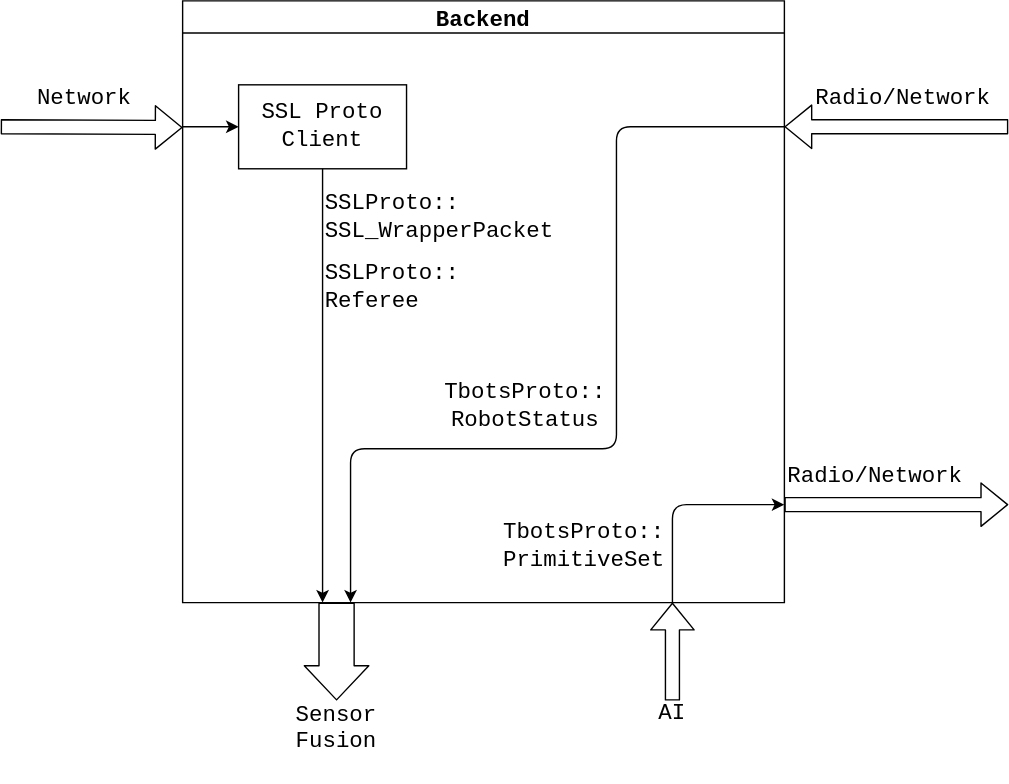
Above: docs/images/backend_diagram.svg in UBC-Thunderbots/Software (draw.io), before the change. Source tidied: cells renumbered, new cells last; positions are measured from the earlier drawing's top-left corner, leaving out a move shared by most shapes.
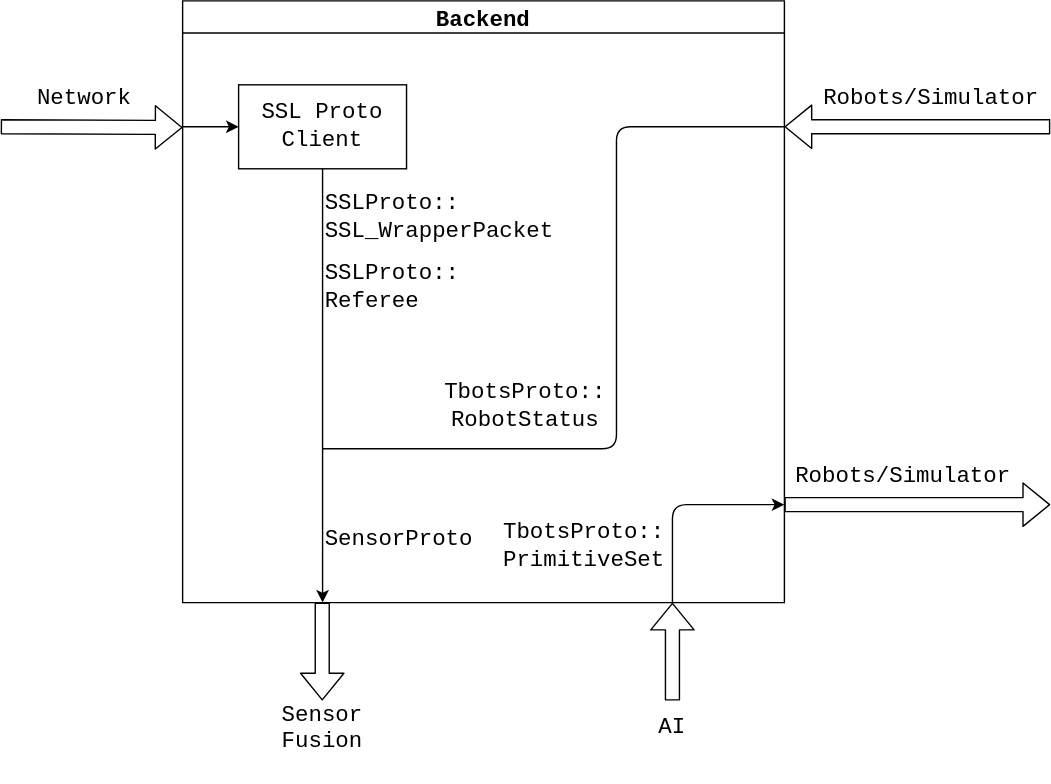
The same diagram one commit later.

Change to the diagram source:
```diff
@@ -13,10 +13,10 @@
         <mxPoint y="90" as="sourcePoint" />
       </mxGeometry>
     </mxCell>
-    <mxCell id="5" style="endArrow=classic;html=1;fontFamily=Courier New;fontSize=16;" parent="2" edge="1">
+    <mxCell id="5" style="endArrow=none;html=1;fontFamily=Courier New;fontSize=16;endFill=0;" parent="2" edge="1">
       <mxGeometry relative="1" as="geometry">
         <mxPoint x="430" y="90" as="sourcePoint" />
-        <mxPoint x="120" y="430" as="targetPoint" />
+        <mxPoint x="100" y="320" as="targetPoint" />
         <Array as="points">
           <mxPoint x="310" y="90" />
           <mxPoint x="310" y="320" />
@@ -45,6 +45,9 @@
     <mxCell id="10" value="SSLProto:: Referee" style="text;html=1;strokeColor=none;fillColor=none;align=left;verticalAlign=middle;whiteSpace=wrap;rounded=0;fontFamily=Courier New;fontSize=16;whiteSpace=wrap;html=1;" parent="2" vertex="1">
       <mxGeometry x="100" y="180" width="90" height="50" as="geometry" />
     </mxCell>
+    <mxCell id="22" value="SensorProto" style="text;html=1;strokeColor=none;fillColor=none;align=left;verticalAlign=middle;whiteSpace=wrap;rounded=0;fontFamily=Courier New;fontSize=16;whiteSpace=wrap;html=1;" parent="2" vertex="1">
+      <mxGeometry x="100" y="370" width="90" height="30" as="geometry" />
+    </mxCell>
     <mxCell id="11" style="shape=flexArrow;endArrow=classic;html=1;fontFamily=Courier New;" parent="1" edge="1">
       <mxGeometry relative="1" as="geometry">
         <mxPoint y="90" as="sourcePoint" />
@@ -56,29 +59,24 @@
     </mxCell>
     <mxCell id="13" style="shape=flexArrow;endArrow=classic;html=1;fontFamily=Courier New;fontSize=16;" parent="1" edge="1">
       <mxGeometry relative="1" as="geometry">
-        <mxPoint x="720" y="90" as="sourcePoint" />
+        <mxPoint x="750" y="90" as="sourcePoint" />
         <mxPoint x="560" y="90" as="targetPoint" />
       </mxGeometry>
     </mxCell>
-    <mxCell id="14" value="Radio/Network" style="text;html=1;strokeColor=none;fillColor=none;align=center;verticalAlign=middle;whiteSpace=wrap;rounded=0;fontFamily=Courier New;fontSize=16;" parent="1" vertex="1">
-      <mxGeometry x="580" y="60" width="130" height="20" as="geometry" />
+    <mxCell id="14" value="Robots/Simulator" style="text;html=1;strokeColor=none;fillColor=none;align=center;verticalAlign=middle;whiteSpace=wrap;rounded=0;fontFamily=Courier New;fontSize=16;" parent="1" vertex="1">
+      <mxGeometry x="600" y="60" width="130" height="20" as="geometry" />
     </mxCell>
-    <mxCell id="15" style="shape=flexArrow;endArrow=classic;html=1;fontFamily=Courier New;fontSize=16;width=25.100671140939596;endSize=7.787919463087248;" parent="1" edge="1">
-      <mxGeometry relative="1" as="geometry">
-        <mxPoint x="240" y="430" as="sourcePoint" />
-        <mxPoint x="240" y="500" as="targetPoint" />
-      </mxGeometry>
-    </mxCell>
     <mxCell id="16" value="&lt;div&gt;Sensor Fusion&lt;/div&gt;&lt;div&gt;&lt;br&gt;&lt;/div&gt;" style="text;html=1;strokeColor=none;fillColor=none;align=center;verticalAlign=middle;whiteSpace=wrap;rounded=0;fontFamily=Courier New;fontSize=16;" parent="1" vertex="1">
-      <mxGeometry x="220" y="520" width="40" height="20" as="geometry" />
+      <mxGeometry x="210" y="520" width="40" height="20" as="geometry" />
     </mxCell>
-    <mxCell id="17" style="shape=flexArrow;endArrow=classic;html=1;fontFamily=Courier New;fontSize=16;exitX=0.5;exitY=0;exitDx=0;exitDy=0;" parent="1" edge="1" source="18">
+    <mxCell id="17" style="shape=flexArrow;endArrow=classic;html=1;fontFamily=Courier New;fontSize=16;" parent="1" edge="1">
       <mxGeometry relative="1" as="geometry">
+        <mxPoint x="480" y="500" as="sourcePoint" />
         <mxPoint x="480" y="430" as="targetPoint" />
       </mxGeometry>
     </mxCell>
     <mxCell id="18" value="AI" style="text;html=1;strokeColor=none;fillColor=none;align=center;verticalAlign=middle;whiteSpace=wrap;rounded=0;fontFamily=Courier New;fontSize=16;" parent="1" vertex="1">
-      <mxGeometry x="460" y="500" width="40" height="20" as="geometry" />
+      <mxGeometry x="460" y="510" width="40" height="20" as="geometry" />
     </mxCell>
     <mxCell id="19" style="edgeStyle=orthogonalEdgeStyle;rounded=0;jettySize=auto;html=1;" parent="1" edge="1" source="3">
       <mxGeometry relative="1" as="geometry">
@@ -87,12 +85,18 @@
     </mxCell>
     <mxCell id="20" style="shape=flexArrow;endArrow=none;html=1;fontFamily=Courier New;fontSize=16;endFill=0;startArrow=block;" parent="1" edge="1">
       <mxGeometry relative="1" as="geometry">
-        <mxPoint x="720" y="360" as="sourcePoint" />
+        <mxPoint x="750" y="360" as="sourcePoint" />
         <mxPoint x="560" y="360" as="targetPoint" />
       </mxGeometry>
     </mxCell>
-    <mxCell id="21" value="Radio/Network" style="text;html=1;strokeColor=none;fillColor=none;align=center;verticalAlign=middle;whiteSpace=wrap;rounded=0;fontFamily=Courier New;fontSize=16;" parent="1" vertex="1">
-      <mxGeometry x="560" y="330" width="130" height="20" as="geometry" />
-    </mxCell>
+    <mxCell id="23" style="shape=flexArrow;endArrow=none;html=1;fontFamily=Courier New;fontSize=16;exitX=0.5;exitY=0;exitDx=0;exitDy=0;endFill=0;startArrow=block;" parent="1" edge="1">
+      <mxGeometry relative="1" as="geometry">
+        <mxPoint x="229.8" y="500" as="sourcePoint" />
+        <mxPoint x="229.8" y="430" as="targetPoint" />
+      </mxGeometry>
+    </mxCell>
+    <mxCell id="24" value="Robots/Simulator" style="text;html=1;strokeColor=none;fillColor=none;align=center;verticalAlign=middle;whiteSpace=wrap;rounded=0;fontFamily=Courier New;fontSize=16;" parent="1" vertex="1">
+      <mxGeometry x="580" y="330" width="130" height="20" as="geometry" />
+    </mxCell>
   </root>
 </mxGraphModel>
```
